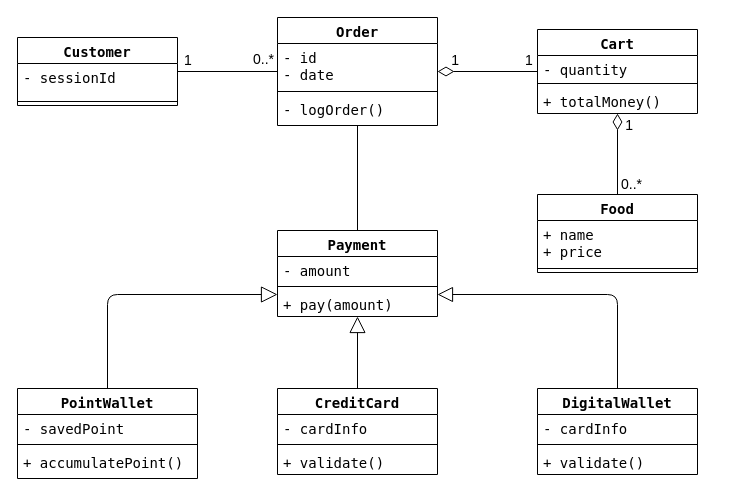
thanhtoan1742/OWCA_POS keeps this draw.io diagram as page "purchase" (1 of 3) of docs/requirements/class/general.drawio. Above is the earlier version. Source tidied: cells renumbered, new cells numbered last; positions are measured from the earlier drawing's top-left corner, leaving out a move shared by most shapes. Both pictures are drawn from the tidied source at 100%, with x=0, y=0 at pixel (17, 17).
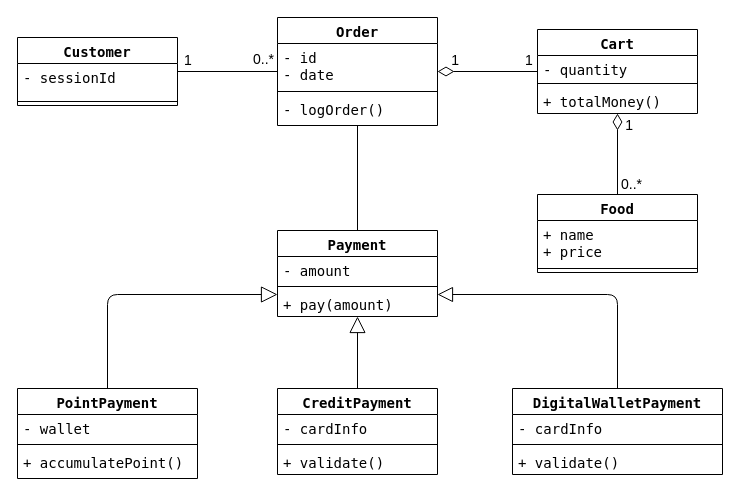
After the change.

Change to the diagram source:
```diff
@@
-    <mxCell id="15" value="PointWallet" style="swimlane;fontStyle=1;align=center;verticalAlign=top;horizontal=1;startSize=26;fontSize=14;fontFamily=Lucida Console;" parent="1" vertex="1">
+    <mxCell id="15" value="PointPayment" style="swimlane;fontStyle=1;align=center;verticalAlign=top;horizontal=1;startSize=26;fontSize=14;fontFamily=Lucida Console;" parent="1" vertex="1">
       <mxGeometry y="371" width="180" height="90" as="geometry" />
     </mxCell>
-    <mxCell id="16" value="- savedPoint" style="text;strokeColor=none;fillColor=none;align=left;verticalAlign=top;spacingLeft=4;spacingRight=4;overflow=hidden;fontSize=14;fontFamily=Lucida Console;" parent="15" vertex="1">
+    <mxCell id="16" value="- wallet" style="text;strokeColor=none;fillColor=none;align=left;verticalAlign=top;spacingLeft=4;spacingRight=4;overflow=hidden;fontSize=14;fontFamily=Lucida Console;" parent="15" vertex="1">
       <mxGeometry y="26" width="180" height="26" as="geometry" />
     </mxCell>
@@
-    <mxCell id="20" value="CreditCard" style="swimlane;fontStyle=1;align=center;verticalAlign=top;horizontal=1;startSize=26;fontSize=14;fontFamily=Lucida Console;" parent="1" vertex="1">
+    <mxCell id="20" value="CreditPayment" style="swimlane;fontStyle=1;align=center;verticalAlign=top;horizontal=1;startSize=26;fontSize=14;fontFamily=Lucida Console;" parent="1" vertex="1">
       <mxGeometry x="260" y="371" width="160" height="86" as="geometry" />
     </mxCell>
@@
-    <mxCell id="25" value="DigitalWallet" style="swimlane;fontStyle=1;align=center;verticalAlign=top;horizontal=1;startSize=26;fontSize=14;fontFamily=Lucida Console;" parent="1" vertex="1">
-      <mxGeometry x="520" y="371" width="160" height="86" as="geometry" />
+    <mxCell id="25" value="DigitalWalletPayment" style="swimlane;fontStyle=1;align=center;verticalAlign=top;horizontal=1;startSize=26;fontSize=14;fontFamily=Lucida Console;" parent="1" vertex="1">
+      <mxGeometry x="495" y="371" width="210" height="86" as="geometry" />
     </mxCell>
     <mxCell id="26" value="- cardInfo" style="text;strokeColor=none;fillColor=none;align=left;verticalAlign=top;spacingLeft=4;spacingRight=4;overflow=hidden;fontSize=14;fontFamily=Lucida Console;" parent="25" vertex="1">
-      <mxGeometry y="26" width="160" height="26" as="geometry" />
+      <mxGeometry y="26" width="210" height="26" as="geometry" />
     </mxCell>
     <mxCell id="27" style="line;strokeWidth=1;fillColor=none;align=left;verticalAlign=middle;spacingTop=-1;spacingLeft=3;spacingRight=3;labelPosition=right;fontSize=14;fontFamily=Lucida Console;" parent="25" vertex="1">
-      <mxGeometry y="52" width="160" height="8" as="geometry" />
+      <mxGeometry y="52" width="210" height="8" as="geometry" />
     </mxCell>
     <mxCell id="28" value="+ validate()" style="text;strokeColor=none;fillColor=none;align=left;verticalAlign=top;spacingLeft=4;spacingRight=4;overflow=hidden;fontSize=14;fontFamily=Lucida Console;" parent="25" vertex="1">
-      <mxGeometry y="60" width="160" height="26" as="geometry" />
+      <mxGeometry y="60" width="210" height="26" as="geometry" />
     </mxCell>
```
